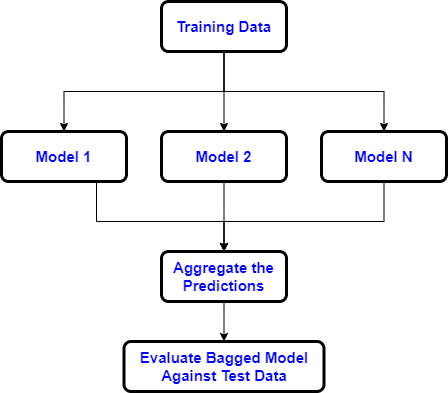
Above: Ensemble_Learning_Bagging.png in satishgunjal/Images (draw.io), before the change. Source tidied: cells renumbered, new cells last; positions are measured from the earlier drawing's top-left corner, leaving out a move shared by most shapes. The source it was exported from:
```xml
<mxGraphModel>
  <root>
    <mxCell id="0" />
    <mxCell id="1" parent="0" />
    <mxCell id="2" style="edgeStyle=orthogonalEdgeStyle;rounded=0;jettySize=auto;html=1;exitX=0.5;exitY=1;exitDx=0;exitDy=0;" parent="1" edge="1" source="5" target="7">
      <mxGeometry relative="1" as="geometry" />
    </mxCell>
    <mxCell id="3" style="edgeStyle=orthogonalEdgeStyle;rounded=0;jettySize=auto;html=1;exitX=0.5;exitY=1;exitDx=0;exitDy=0;" parent="1" edge="1" source="5" target="11">
      <mxGeometry relative="1" as="geometry" />
    </mxCell>
    <mxCell id="4" style="edgeStyle=orthogonalEdgeStyle;rounded=0;jettySize=auto;html=1;entryX=0.5;entryY=0;entryDx=0;entryDy=0;" parent="1" edge="1" source="5" target="9">
      <mxGeometry relative="1" as="geometry" />
    </mxCell>
    <mxCell id="5" value="&lt;span style=&quot;font-size: 15px&quot;&gt;Training Data&lt;br style=&quot;font-size: 15px&quot;&gt;&lt;/span&gt;" style="rounded=1;whiteSpace=wrap;html=1;absoluteArcSize=1;arcSize=14;strokeWidth=3;fontSize=15;fontStyle=1;fontColor=#0000FF;fillColor=none;" parent="1" vertex="1">
      <mxGeometry x="160" width="125" height="50" as="geometry" />
    </mxCell>
    <mxCell id="6" style="edgeStyle=orthogonalEdgeStyle;rounded=0;jettySize=auto;html=1;entryX=0.5;entryY=0;entryDx=0;entryDy=0;" parent="1" edge="1" source="7" target="13">
      <mxGeometry relative="1" as="geometry">
        <Array as="points">
          <mxPoint x="95" y="220" />
          <mxPoint x="223" y="220" />
        </Array>
      </mxGeometry>
    </mxCell>
    <mxCell id="7" value="&lt;span style=&quot;font-size: 15px&quot;&gt;Model 1&lt;br style=&quot;font-size: 15px&quot;&gt;&lt;/span&gt;" style="rounded=1;whiteSpace=wrap;html=1;absoluteArcSize=1;arcSize=14;strokeWidth=3;fontSize=15;fontStyle=1;fontColor=#0000FF;fillColor=none;" parent="1" vertex="1">
      <mxGeometry y="130" width="125" height="50" as="geometry" />
    </mxCell>
    <mxCell id="8" style="edgeStyle=orthogonalEdgeStyle;rounded=0;jettySize=auto;html=1;entryX=0.5;entryY=0;entryDx=0;entryDy=0;" parent="1" edge="1" source="9" target="13">
      <mxGeometry relative="1" as="geometry" />
    </mxCell>
    <mxCell id="9" value="&lt;span style=&quot;font-size: 15px&quot;&gt;Model 2&lt;br style=&quot;font-size: 15px&quot;&gt;&lt;/span&gt;" style="rounded=1;whiteSpace=wrap;html=1;absoluteArcSize=1;arcSize=14;strokeWidth=3;fontSize=15;fontStyle=1;fontColor=#0000FF;fillColor=none;" parent="1" vertex="1">
      <mxGeometry x="160" y="130" width="125" height="50" as="geometry" />
    </mxCell>
    <mxCell id="10" style="edgeStyle=orthogonalEdgeStyle;rounded=0;jettySize=auto;html=1;exitX=0.5;exitY=1;exitDx=0;exitDy=0;entryX=0.5;entryY=0;entryDx=0;entryDy=0;" parent="1" edge="1" source="11" target="13">
      <mxGeometry relative="1" as="geometry">
        <Array as="points">
          <mxPoint x="383" y="220" />
          <mxPoint x="223" y="220" />
        </Array>
      </mxGeometry>
    </mxCell>
    <mxCell id="11" value="&lt;span style=&quot;font-size: 15px&quot;&gt;Model N&lt;br style=&quot;font-size: 15px&quot;&gt;&lt;/span&gt;" style="rounded=1;whiteSpace=wrap;html=1;absoluteArcSize=1;arcSize=14;strokeWidth=3;fontSize=15;fontStyle=1;fontColor=#0000FF;fillColor=none;" parent="1" vertex="1">
      <mxGeometry x="320" y="130" width="125" height="50" as="geometry" />
    </mxCell>
    <mxCell id="12" style="edgeStyle=orthogonalEdgeStyle;rounded=0;jettySize=auto;html=1;" parent="1" edge="1" source="13" target="14">
      <mxGeometry relative="1" as="geometry" />
    </mxCell>
    <mxCell id="13" value="&lt;span style=&quot;font-size: 15px&quot;&gt;Aggregate the Predictions&lt;br style=&quot;font-size: 15px&quot;&gt;&lt;/span&gt;" style="rounded=1;whiteSpace=wrap;html=1;absoluteArcSize=1;arcSize=14;strokeWidth=3;fontSize=15;fontStyle=1;fontColor=#0000FF;fillColor=none;" parent="1" vertex="1">
      <mxGeometry x="160" y="250" width="125" height="50" as="geometry" />
    </mxCell>
    <mxCell id="14" value="&lt;span style=&quot;font-size: 15px&quot;&gt;Evaluate Bagged Model Against Test Data&lt;br style=&quot;font-size: 15px&quot;&gt;&lt;/span&gt;" style="rounded=1;whiteSpace=wrap;html=1;absoluteArcSize=1;arcSize=14;strokeWidth=3;fontSize=15;fontStyle=1;fontColor=#0000FF;fillColor=none;" parent="1" vertex="1">
      <mxGeometry x="122.5" y="340" width="200" height="50" as="geometry" />
    </mxCell>
  </root>
</mxGraphModel>
```
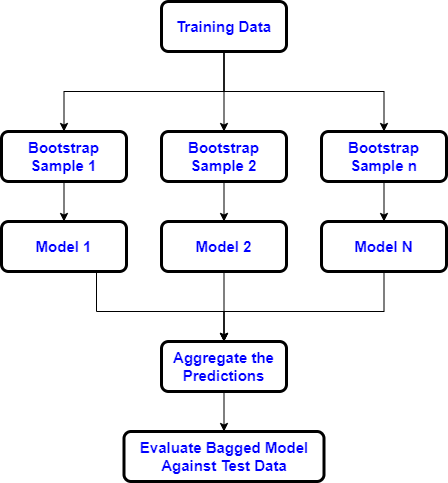
The same file after the commit.

The edit, as a diff of the source:
```diff
@@ -2,17 +2,17 @@
   <root>
     <mxCell id="0" />
     <mxCell id="1" parent="0" />
-    <mxCell id="2" style="edgeStyle=orthogonalEdgeStyle;rounded=0;jettySize=auto;html=1;exitX=0.5;exitY=1;exitDx=0;exitDy=0;" parent="1" edge="1" source="5" target="7">
+    <mxCell id="2" style="edgeStyle=orthogonalEdgeStyle;rounded=0;jettySize=auto;html=1;exitX=0.5;exitY=1;exitDx=0;exitDy=0;" parent="1" edge="1" source="5" target="16">
       <mxGeometry relative="1" as="geometry" />
     </mxCell>
-    <mxCell id="3" style="edgeStyle=orthogonalEdgeStyle;rounded=0;jettySize=auto;html=1;exitX=0.5;exitY=1;exitDx=0;exitDy=0;" parent="1" edge="1" source="5" target="11">
+    <mxCell id="3" style="edgeStyle=orthogonalEdgeStyle;rounded=0;jettySize=auto;html=1;exitX=0.5;exitY=1;exitDx=0;exitDy=0;entryX=0.5;entryY=0;entryDx=0;entryDy=0;" parent="1" edge="1" source="5" target="20">
       <mxGeometry relative="1" as="geometry" />
     </mxCell>
-    <mxCell id="4" style="edgeStyle=orthogonalEdgeStyle;rounded=0;jettySize=auto;html=1;entryX=0.5;entryY=0;entryDx=0;entryDy=0;" parent="1" edge="1" source="5" target="9">
+    <mxCell id="4" style="edgeStyle=orthogonalEdgeStyle;rounded=0;jettySize=auto;html=1;entryX=0.5;entryY=0;entryDx=0;entryDy=0;" parent="1" edge="1" source="5" target="18">
       <mxGeometry relative="1" as="geometry" />
     </mxCell>
     <mxCell id="5" value="&lt;span style=&quot;font-size: 15px&quot;&gt;Training Data&lt;br style=&quot;font-size: 15px&quot;&gt;&lt;/span&gt;" style="rounded=1;whiteSpace=wrap;html=1;absoluteArcSize=1;arcSize=14;strokeWidth=3;fontSize=15;fontStyle=1;fontColor=#0000FF;fillColor=none;" parent="1" vertex="1">
-      <mxGeometry x="160" width="125" height="50" as="geometry" />
+      <mxGeometry x="160" y="-90" width="125" height="50" as="geometry" />
     </mxCell>
     <mxCell id="6" style="edgeStyle=orthogonalEdgeStyle;rounded=0;jettySize=auto;html=1;entryX=0.5;entryY=0;entryDx=0;entryDy=0;" parent="1" edge="1" source="7" target="13">
       <mxGeometry relative="1" as="geometry">
@@ -51,5 +51,23 @@
     <mxCell id="14" value="&lt;span style=&quot;font-size: 15px&quot;&gt;Evaluate Bagged Model Against Test Data&lt;br style=&quot;font-size: 15px&quot;&gt;&lt;/span&gt;" style="rounded=1;whiteSpace=wrap;html=1;absoluteArcSize=1;arcSize=14;strokeWidth=3;fontSize=15;fontStyle=1;fontColor=#0000FF;fillColor=none;" parent="1" vertex="1">
       <mxGeometry x="122.5" y="340" width="200" height="50" as="geometry" />
     </mxCell>
+    <mxCell id="15" style="edgeStyle=orthogonalEdgeStyle;rounded=0;jettySize=auto;html=1;" parent="1" edge="1" source="16" target="7">
+      <mxGeometry relative="1" as="geometry" />
+    </mxCell>
+    <mxCell id="16" value="&lt;span style=&quot;font-size: 15px&quot;&gt;Bootstrap Sample 1&lt;br style=&quot;font-size: 15px&quot;&gt;&lt;/span&gt;" style="rounded=1;whiteSpace=wrap;html=1;absoluteArcSize=1;arcSize=14;strokeWidth=3;fontSize=15;fontStyle=1;fontColor=#0000FF;fillColor=none;" parent="1" vertex="1">
+      <mxGeometry y="40" width="125" height="50" as="geometry" />
+    </mxCell>
+    <mxCell id="17" style="edgeStyle=orthogonalEdgeStyle;rounded=0;jettySize=auto;html=1;" parent="1" edge="1" source="18" target="9">
+      <mxGeometry relative="1" as="geometry" />
+    </mxCell>
+    <mxCell id="18" value="Bootstrap Sample 2&lt;span style=&quot;font-size: 15px&quot;&gt;&lt;br style=&quot;font-size: 15px&quot;&gt;&lt;/span&gt;" style="rounded=1;whiteSpace=wrap;html=1;absoluteArcSize=1;arcSize=14;strokeWidth=3;fontSize=15;fontStyle=1;fontColor=#0000FF;fillColor=none;" parent="1" vertex="1">
+      <mxGeometry x="160" y="40" width="125" height="50" as="geometry" />
+    </mxCell>
+    <mxCell id="19" style="edgeStyle=orthogonalEdgeStyle;rounded=0;jettySize=auto;html=1;" parent="1" edge="1" source="20" target="11">
+      <mxGeometry relative="1" as="geometry" />
+    </mxCell>
+    <mxCell id="20" value="Bootstrap Sample n&lt;span style=&quot;font-size: 15px&quot;&gt;&lt;br style=&quot;font-size: 15px&quot;&gt;&lt;/span&gt;" style="rounded=1;whiteSpace=wrap;html=1;absoluteArcSize=1;arcSize=14;strokeWidth=3;fontSize=15;fontStyle=1;fontColor=#0000FF;fillColor=none;" parent="1" vertex="1">
+      <mxGeometry x="320" y="40" width="125" height="50" as="geometry" />
+    </mxCell>
   </root>
 </mxGraphModel>
```
